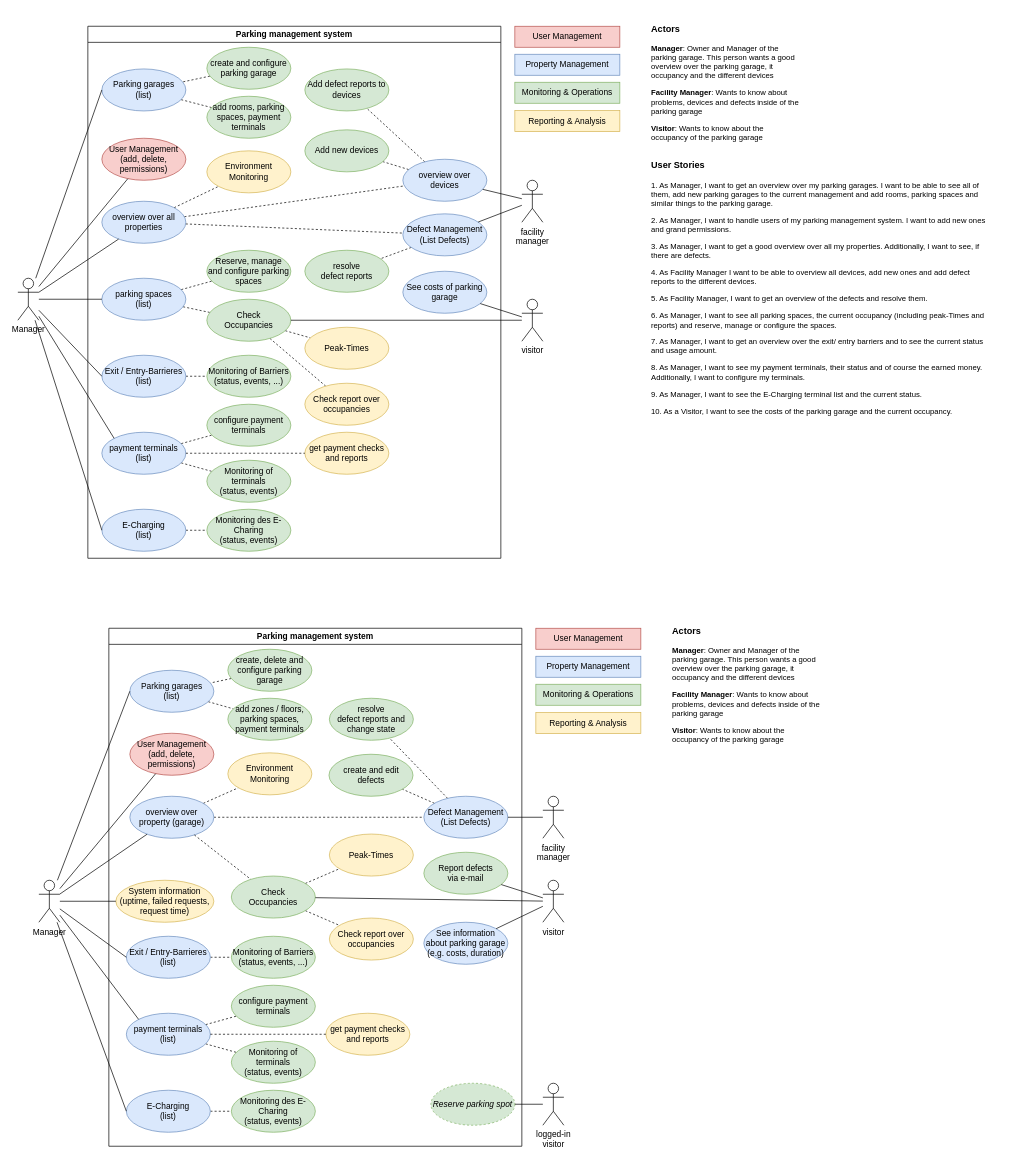
Before: page "useCase" (2 of 8) of docu/parking_management.drawio in msi-cad-vw/.github, a draw.io diagram. Source tidied: cells renumbered, new cells numbered last; positions are measured from the earlier drawing's top-left corner, leaving out a move shared by most shapes. Both pictures are drawn from the tidied source at 70%, with x=0, y=0 at pixel (18, 19).
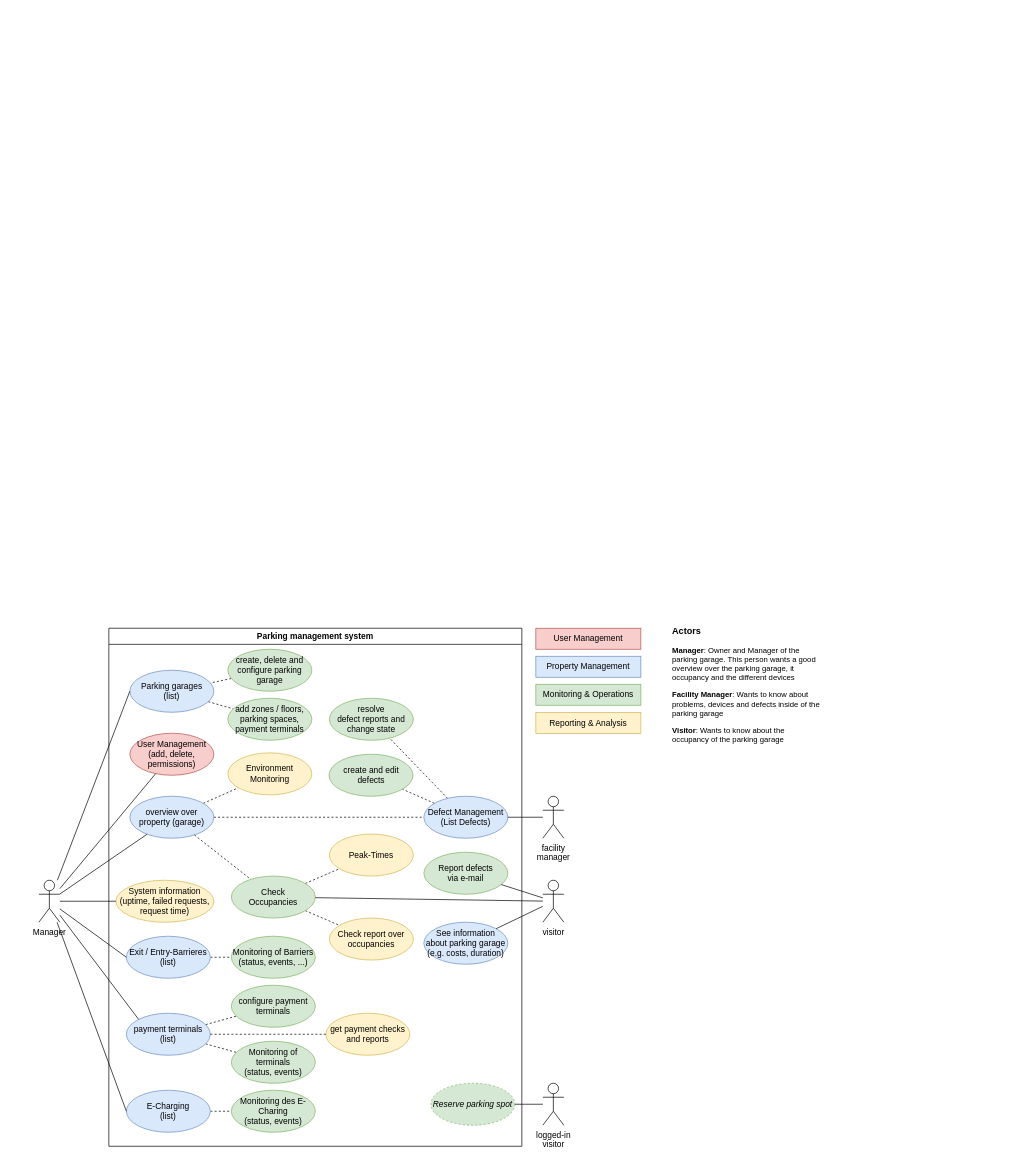
The same page after the edit.

The edit, as a diff of the source:
```diff
@@
-    <mxCell id="2" value="User Management&lt;br&gt;" style="rounded=0;whiteSpace=wrap;html=1;fillColor=#f8cecc;strokeColor=#b85450;" parent="1" vertex="1">
-      <mxGeometry x="710" y="10" width="150" height="30" as="geometry" />
-    </mxCell>
-    <mxCell id="3" value="Property Management" style="rounded=0;whiteSpace=wrap;html=1;fillColor=#dae8fc;strokeColor=#6c8ebf;" parent="1" vertex="1">
-      <mxGeometry x="710" y="50" width="150" height="30" as="geometry" />
-    </mxCell>
-    <mxCell id="4" value="Monitoring &amp;amp; Operations" style="rounded=0;whiteSpace=wrap;html=1;fillColor=#d5e8d4;strokeColor=#82b366;" parent="1" vertex="1">
-      <mxGeometry x="710" y="90" width="150" height="30" as="geometry" />
-    </mxCell>
-    <mxCell id="5" value="Reporting &amp;amp; Analysis" style="rounded=0;whiteSpace=wrap;html=1;fillColor=#fff2cc;strokeColor=#d6b656;" parent="1" vertex="1">
-      <mxGeometry x="710" y="130.5" width="150" height="30" as="geometry" />
-    </mxCell>
-    <mxCell id="6" value="Parking management system" style="swimlane;whiteSpace=wrap;html=1;" parent="1" vertex="1">
-      <mxGeometry x="100" y="10" width="590" height="760" as="geometry" />
-    </mxCell>
-    <mxCell id="7" style="rounded=0;jettySize=auto;html=1;dashed=1;endArrow=none;endFill=0;" parent="6" edge="1" source="11" target="9">
-      <mxGeometry relative="1" as="geometry" />
-    </mxCell>
-    <mxCell id="8" style="edgeStyle=none;rounded=0;jettySize=auto;html=1;dashed=1;endArrow=none;endFill=0;" parent="6" edge="1" source="9" target="10">
-      <mxGeometry relative="1" as="geometry" />
-    </mxCell>
-    <mxCell id="9" value="Parking garages&lt;br&gt;(list)" style="ellipse;whiteSpace=wrap;html=1;fillColor=#dae8fc;strokeColor=#6c8ebf;" parent="6" vertex="1">
-      <mxGeometry x="20" y="61" width="120" height="60" as="geometry" />
-    </mxCell>
-    <mxCell id="10" value="add rooms, parking spaces, payment terminals" style="ellipse;whiteSpace=wrap;html=1;fillColor=#d5e8d4;strokeColor=#82b366;" parent="6" vertex="1">
-      <mxGeometry x="170" y="100" width="120" height="60" as="geometry" />
-    </mxCell>
-    <mxCell id="11" value="create and configure parking garage" style="ellipse;whiteSpace=wrap;html=1;fillColor=#d5e8d4;strokeColor=#82b366;" parent="6" vertex="1">
-      <mxGeometry x="170" y="30" width="120" height="60" as="geometry" />
-    </mxCell>
-    <mxCell id="12" style="edgeStyle=none;rounded=0;jettySize=auto;html=1;dashed=1;endArrow=none;endFill=0;" parent="6" edge="1" source="13" target="14">
-      <mxGeometry relative="1" as="geometry" />
-    </mxCell>
-    <mxCell id="13" value="Defect Management&lt;br&gt;(List Defects)" style="ellipse;whiteSpace=wrap;html=1;fillColor=#dae8fc;strokeColor=#6c8ebf;" parent="6" vertex="1">
-      <mxGeometry x="450" y="268" width="120" height="60" as="geometry" />
-    </mxCell>
-    <mxCell id="14" value="resolve &lt;br&gt;defect reports" style="ellipse;whiteSpace=wrap;html=1;fillColor=#d5e8d4;strokeColor=#82b366;" parent="6" vertex="1">
-      <mxGeometry x="310" y="320" width="120" height="60" as="geometry" />
-    </mxCell>
-    <mxCell id="15" style="edgeStyle=none;rounded=0;jettySize=auto;html=1;dashed=1;endArrow=none;endFill=0;" parent="6" edge="1" source="17" target="18">
-      <mxGeometry relative="1" as="geometry" />
-    </mxCell>
-    <mxCell id="16" style="edgeStyle=none;rounded=0;jettySize=auto;html=1;dashed=1;endArrow=none;endFill=0;" parent="6" edge="1" source="17" target="38">
-      <mxGeometry relative="1" as="geometry" />
-    </mxCell>
-    <mxCell id="17" value="overview over &lt;br&gt;devices" style="ellipse;whiteSpace=wrap;html=1;fillColor=#dae8fc;strokeColor=#6c8ebf;" parent="6" vertex="1">
-      <mxGeometry x="450" y="190" width="120" height="60" as="geometry" />
-    </mxCell>
-    <mxCell id="18" value="Add defect reports to devices" style="ellipse;whiteSpace=wrap;html=1;fillColor=#d5e8d4;strokeColor=#82b366;" parent="6" vertex="1">
-      <mxGeometry x="310" y="61" width="120" height="60" as="geometry" />
-    </mxCell>
-    <mxCell id="19" value="User Management (add, delete, permissions)" style="ellipse;whiteSpace=wrap;html=1;fillColor=#f8cecc;strokeColor=#b85450;" parent="6" vertex="1">
-      <mxGeometry x="20" y="160" width="120" height="60" as="geometry" />
-    </mxCell>
-    <mxCell id="20" style="edgeStyle=none;rounded=0;jettySize=auto;html=1;dashed=1;endArrow=none;endFill=0;" parent="6" edge="1" source="23" target="17">
-      <mxGeometry relative="1" as="geometry" />
-    </mxCell>
-    <mxCell id="21" style="edgeStyle=none;rounded=0;jettySize=auto;html=1;dashed=1;endArrow=none;endFill=0;" parent="6" edge="1" source="23" target="13">
-      <mxGeometry relative="1" as="geometry" />
-    </mxCell>
-    <mxCell id="22" style="edgeStyle=none;rounded=0;jettySize=auto;html=1;dashed=1;endArrow=none;endFill=0;" parent="6" edge="1" source="23" target="39">
-      <mxGeometry relative="1" as="geometry" />
-    </mxCell>
-    <mxCell id="23" value="overview over all properties" style="ellipse;whiteSpace=wrap;html=1;fillColor=#dae8fc;strokeColor=#6c8ebf;" parent="6" vertex="1">
-      <mxGeometry x="20" y="250" width="120" height="60" as="geometry" />
-    </mxCell>
-    <mxCell id="24" value="Reserve, manage and configure parking spaces" style="ellipse;whiteSpace=wrap;html=1;fillColor=#d5e8d4;strokeColor=#82b366;" parent="6" vertex="1">
-      <mxGeometry x="170" y="320" width="120" height="60" as="geometry" />
-    </mxCell>
-    <mxCell id="25" style="edgeStyle=none;rounded=0;jettySize=auto;html=1;dashed=1;endArrow=none;endFill=0;" parent="6" edge="1" source="27" target="24">
-      <mxGeometry relative="1" as="geometry" />
-    </mxCell>
-    <mxCell id="26" style="edgeStyle=none;rounded=0;jettySize=auto;html=1;endArrow=none;endFill=0;dashed=1;" parent="6" edge="1" source="27" target="34">
-      <mxGeometry relative="1" as="geometry" />
-    </mxCell>
-    <mxCell id="27" value="parking spaces&lt;br&gt;(list)" style="ellipse;whiteSpace=wrap;html=1;fillColor=#dae8fc;strokeColor=#6c8ebf;" parent="6" vertex="1">
-      <mxGeometry x="20" y="360" width="120" height="60" as="geometry" />
-    </mxCell>
-    <mxCell id="28" style="edgeStyle=none;rounded=0;jettySize=auto;html=1;dashed=1;endArrow=none;endFill=0;" parent="6" edge="1" source="30" target="31">
-      <mxGeometry relative="1" as="geometry" />
-    </mxCell>
-    <mxCell id="29" style="edgeStyle=none;rounded=0;jettySize=auto;html=1;dashed=1;fontSize=9;startArrow=none;startFill=0;endArrow=none;endFill=0;" parent="6" edge="1" source="30" target="47">
-      <mxGeometry relative="1" as="geometry" />
-    </mxCell>
-    <mxCell id="30" value="payment terminals&lt;br&gt;(list)" style="ellipse;whiteSpace=wrap;html=1;fillColor=#dae8fc;strokeColor=#6c8ebf;" parent="6" vertex="1">
-      <mxGeometry x="20" y="580" width="120" height="60" as="geometry" />
-    </mxCell>
-    <mxCell id="31" value="configure payment terminals" style="ellipse;whiteSpace=wrap;html=1;fillColor=#d5e8d4;strokeColor=#82b366;" parent="6" vertex="1">
-      <mxGeometry x="170" y="540" width="120" height="60" as="geometry" />
-    </mxCell>
-    <mxCell id="32" style="edgeStyle=none;rounded=0;jettySize=auto;html=1;dashed=1;endArrow=none;endFill=0;" parent="6" edge="1" source="34" target="35">
-      <mxGeometry relative="1" as="geometry" />
-    </mxCell>
-    <mxCell id="33" style="edgeStyle=none;rounded=0;jettySize=auto;html=1;dashed=1;endArrow=none;endFill=0;" parent="6" edge="1" source="34" target="43">
-      <mxGeometry relative="1" as="geometry" />
-    </mxCell>
-    <mxCell id="34" value="Check &lt;br&gt;Occupancies" style="ellipse;whiteSpace=wrap;html=1;fillColor=#d5e8d4;strokeColor=#82b366;" parent="6" vertex="1">
-      <mxGeometry x="170" y="390" width="120" height="60" as="geometry" />
-    </mxCell>
-    <mxCell id="35" value="Check report over occupancies" style="ellipse;whiteSpace=wrap;html=1;fillColor=#fff2cc;strokeColor=#d6b656;" parent="6" vertex="1">
-      <mxGeometry x="310" y="510" width="120" height="60" as="geometry" />
-    </mxCell>
-    <mxCell id="36" value="get payment checks and reports" style="ellipse;whiteSpace=wrap;html=1;fillColor=#fff2cc;strokeColor=#d6b656;" parent="6" vertex="1">
-      <mxGeometry x="310" y="580" width="120" height="60" as="geometry" />
-    </mxCell>
-    <mxCell id="37" style="edgeStyle=none;rounded=0;jettySize=auto;html=1;dashed=1;endArrow=none;endFill=0;" parent="6" edge="1" source="30" target="36">
-      <mxGeometry relative="1" as="geometry" />
-    </mxCell>
-    <mxCell id="38" value="Add new devices" style="ellipse;whiteSpace=wrap;html=1;fillColor=#d5e8d4;strokeColor=#82b366;" parent="6" vertex="1">
-      <mxGeometry x="310" y="148" width="120" height="60" as="geometry" />
-    </mxCell>
-    <mxCell id="39" value="Environment Monitoring" style="ellipse;whiteSpace=wrap;html=1;fillColor=#fff2cc;strokeColor=#d6b656;" parent="6" vertex="1">
-      <mxGeometry x="170" y="178" width="120" height="60" as="geometry" />
-    </mxCell>
-    <mxCell id="40" style="edgeStyle=none;rounded=0;jettySize=auto;html=1;dashed=1;endArrow=none;endFill=0;" parent="6" edge="1" source="41" target="42">
-      <mxGeometry relative="1" as="geometry" />
-    </mxCell>
-    <mxCell id="41" value="E-Charging&lt;br&gt;(list)" style="ellipse;whiteSpace=wrap;html=1;fillColor=#dae8fc;strokeColor=#6c8ebf;" parent="6" vertex="1">
-      <mxGeometry x="20" y="690" width="120" height="60" as="geometry" />
-    </mxCell>
-    <mxCell id="42" value="Monitoring des E-Charing&lt;br&gt;(status, events)" style="ellipse;whiteSpace=wrap;html=1;fillColor=#d5e8d4;strokeColor=#82b366;" parent="6" vertex="1">
-      <mxGeometry x="170" y="690" width="120" height="60" as="geometry" />
-    </mxCell>
-    <mxCell id="43" value="Peak-Times" style="ellipse;whiteSpace=wrap;html=1;fillColor=#fff2cc;strokeColor=#d6b656;" parent="6" vertex="1">
-      <mxGeometry x="310" y="430" width="120" height="60" as="geometry" />
-    </mxCell>
-    <mxCell id="44" style="rounded=0;jettySize=auto;html=1;fontSize=9;startArrow=none;startFill=0;endArrow=none;endFill=0;dashed=1;" parent="6" edge="1" source="45" target="46">
-      <mxGeometry relative="1" as="geometry" />
-    </mxCell>
-    <mxCell id="45" value="Exit / Entry-Barrieres&lt;br&gt;(list)" style="ellipse;whiteSpace=wrap;html=1;fillColor=#dae8fc;strokeColor=#6c8ebf;" parent="6" vertex="1">
-      <mxGeometry x="20" y="470" width="120" height="60" as="geometry" />
-    </mxCell>
-    <mxCell id="46" value="Monitoring of Barriers&lt;br&gt;(status, events, ...)" style="ellipse;whiteSpace=wrap;html=1;fillColor=#d5e8d4;strokeColor=#82b366;" parent="6" vertex="1">
-      <mxGeometry x="170" y="470" width="120" height="60" as="geometry" />
-    </mxCell>
-    <mxCell id="47" value="Monitoring of terminals&lt;br&gt;(status, events)" style="ellipse;whiteSpace=wrap;html=1;fillColor=#d5e8d4;strokeColor=#82b366;" parent="6" vertex="1">
-      <mxGeometry x="170" y="620" width="120" height="60" as="geometry" />
-    </mxCell>
-    <mxCell id="48" value="See costs of parking garage" style="ellipse;whiteSpace=wrap;html=1;fillColor=#dae8fc;strokeColor=#6c8ebf;" parent="6" vertex="1">
-      <mxGeometry x="450" y="350" width="120" height="60" as="geometry" />
-    </mxCell>
-    <mxCell id="49" style="rounded=0;jettySize=auto;html=1;entryX=0;entryY=0.5;entryDx=0;entryDy=0;endArrow=none;endFill=0;" parent="1" edge="1" source="56" target="9">
-      <mxGeometry relative="1" as="geometry" />
-    </mxCell>
-    <mxCell id="50" style="edgeStyle=none;rounded=0;jettySize=auto;html=1;endArrow=none;endFill=0;" parent="1" edge="1" source="56" target="19">
-      <mxGeometry relative="1" as="geometry" />
-    </mxCell>
-    <mxCell id="51" style="edgeStyle=none;rounded=0;jettySize=auto;html=1;endArrow=none;endFill=0;" parent="1" edge="1" source="56" target="23">
-      <mxGeometry relative="1" as="geometry" />
-    </mxCell>
-    <mxCell id="52" style="edgeStyle=none;rounded=0;jettySize=auto;html=1;endArrow=none;endFill=0;" parent="1" edge="1" source="56" target="27">
-      <mxGeometry relative="1" as="geometry" />
-    </mxCell>
-    <mxCell id="53" style="edgeStyle=none;rounded=0;jettySize=auto;html=1;endArrow=none;endFill=0;entryX=0;entryY=0;entryDx=0;entryDy=0;" parent="1" edge="1" source="56" target="30">
-      <mxGeometry relative="1" as="geometry" />
-    </mxCell>
-    <mxCell id="54" style="edgeStyle=none;rounded=0;jettySize=auto;html=1;endArrow=none;endFill=0;entryX=0;entryY=0.5;entryDx=0;entryDy=0;" parent="1" edge="1" source="56" target="41">
-      <mxGeometry relative="1" as="geometry" />
-    </mxCell>
-    <mxCell id="55" style="rounded=0;jettySize=auto;html=1;fontSize=9;endArrow=none;endFill=0;entryX=0;entryY=0.5;entryDx=0;entryDy=0;" parent="1" edge="1" source="56" target="45">
-      <mxGeometry relative="1" as="geometry" />
-    </mxCell>
-    <mxCell id="56" value="Manager" style="shape=umlActor;verticalLabelPosition=bottom;verticalAlign=top;html=1;outlineConnect=0;" parent="1" vertex="1">
-      <mxGeometry y="370" width="30" height="60" as="geometry" />
-    </mxCell>
-    <mxCell id="57" style="edgeStyle=none;rounded=0;jettySize=auto;html=1;endArrow=none;endFill=0;" parent="1" edge="1" source="59" target="17">
-      <mxGeometry relative="1" as="geometry" />
-    </mxCell>
-    <mxCell id="58" style="edgeStyle=none;rounded=0;jettySize=auto;html=1;endArrow=none;endFill=0;" parent="1" edge="1" source="59" target="13">
-      <mxGeometry relative="1" as="geometry" />
-    </mxCell>
-    <mxCell id="59" value="facility &lt;br&gt;manager" style="shape=umlActor;verticalLabelPosition=bottom;verticalAlign=top;html=1;outlineConnect=0;" parent="1" vertex="1">
-      <mxGeometry x="720" y="230" width="30" height="60" as="geometry" />
-    </mxCell>
-    <mxCell id="60" value="&lt;h1 style=&quot;&quot;&gt;&lt;b style=&quot;font-size: 10px; background-color: initial;&quot;&gt;&lt;font style=&quot;font-size: 13px;&quot;&gt;Actors&lt;/font&gt;&lt;/b&gt;&lt;br&gt;&lt;/h1&gt;&lt;p style=&quot;font-size: 11px;&quot;&gt;&lt;font style=&quot;font-size: 11px;&quot;&gt;&lt;b&gt;Manager&lt;/b&gt;: Owner and Manager of the parking garage. This person wants a good overview over the parking garage, it occupancy and the different devices&lt;/font&gt;&lt;/p&gt;&lt;p style=&quot;font-size: 11px;&quot;&gt;&lt;font style=&quot;font-size: 11px;&quot;&gt;&lt;b&gt;Facility Manager&lt;/b&gt;: Wants to know about problems, devices and defects inside of the parking garage&lt;/font&gt;&lt;/p&gt;&lt;p style=&quot;font-size: 11px;&quot;&gt;&lt;font style=&quot;font-size: 11px;&quot;&gt;&lt;b&gt;Visitor&lt;/b&gt;: Wants to know about the occupancy of the parking garage&lt;/font&gt;&lt;/p&gt;" style="text;html=1;strokeColor=none;fillColor=none;spacing=5;spacingTop=-20;whiteSpace=wrap;overflow=hidden;rounded=0;dashed=1;dashPattern=1 2;fontSize=9;" parent="1" vertex="1">
-      <mxGeometry x="900" width="220" height="190" as="geometry" />
-    </mxCell>
-    <mxCell id="61" style="edgeStyle=none;rounded=0;jettySize=auto;html=1;fontSize=11;startArrow=none;startFill=0;endArrow=none;endFill=0;" parent="1" edge="1" source="63" target="34">
-      <mxGeometry relative="1" as="geometry" />
-    </mxCell>
-    <mxCell id="62" style="edgeStyle=none;rounded=0;jettySize=auto;html=1;fontSize=11;startArrow=none;startFill=0;endArrow=none;endFill=0;" parent="1" edge="1" source="63" target="48">
-      <mxGeometry relative="1" as="geometry" />
-    </mxCell>
-    <mxCell id="63" value="visitor" style="shape=umlActor;verticalLabelPosition=bottom;verticalAlign=top;html=1;outlineConnect=0;" parent="1" vertex="1">
-      <mxGeometry x="720" y="400" width="30" height="60" as="geometry" />
-    </mxCell>
-    <mxCell id="64" value="&lt;h1&gt;&lt;b style=&quot;font-size: 10px; background-color: initial;&quot;&gt;&lt;font style=&quot;font-size: 13px;&quot;&gt;User Stories&lt;/font&gt;&lt;/b&gt;&lt;br&gt;&lt;/h1&gt;&lt;h1&gt;&lt;p style=&quot;font-weight: 400; font-size: 11px;&quot;&gt;1. As Manager, I want to get an overview over my parking garages. I want to be able to see all of them, add new parking garages to the current&amp;nbsp;management and add rooms, parking spaces and similar things to the&amp;nbsp;parking garage.&lt;/p&gt;&lt;p style=&quot;font-weight: 400; font-size: 11px;&quot;&gt;2. As Manager, I want to handle users of my parking management system. I want to add new ones&amp;nbsp; and grand permissions.&lt;/p&gt;&lt;p style=&quot;font-weight: 400; font-size: 11px;&quot;&gt;3. As Manager, I want to get a good overview over all my properties. Additionally, I want to see, if there are defects.&lt;/p&gt;&lt;p style=&quot;font-weight: 400; font-size: 11px;&quot;&gt;4. As Facility Manager I want to be able to overview all devices, add new ones and add defect reports to the different devices.&lt;/p&gt;&lt;p style=&quot;font-weight: 400; font-size: 11px;&quot;&gt;5. As Facility Manager, I want to get an overview of the defects and resolve them.&lt;/p&gt;&lt;p style=&quot;font-weight: 400; font-size: 11px;&quot;&gt;6. As Manager, I want to see all parking spaces, the current occupancy&amp;nbsp;(including peak-Times and reports) and reserve, manage or configure the&amp;nbsp;spaces.&lt;/p&gt;&lt;p style=&quot;font-weight: 400; font-size: 11px;&quot;&gt;7. As Manager, I want to get an overview over the exit/ entry barriers and to see the current status and usage amount.&lt;/p&gt;&lt;p style=&quot;font-weight: 400; font-size: 11px;&quot;&gt;8. As Manager, I want to see my payment terminals, their status and of course the earned money. Additionally, I want to configure my terminals.&lt;/p&gt;&lt;p style=&quot;font-weight: 400; font-size: 11px;&quot;&gt;9. As Manager, I want to see the E-Charging terminal list and the current status.&lt;/p&gt;&lt;p style=&quot;font-weight: 400; font-size: 11px;&quot;&gt;10. As a Visitor, I want to see the costs of the parking garage and the current occupancy.&lt;/p&gt;&lt;/h1&gt;" style="text;html=1;strokeColor=none;fillColor=none;spacing=5;spacingTop=-20;whiteSpace=wrap;overflow=hidden;rounded=0;dashed=1;dashPattern=1 2;fontSize=9;" parent="1" vertex="1">
-      <mxGeometry x="900" y="195" width="500" height="390" as="geometry" />
-    </mxCell>
```
